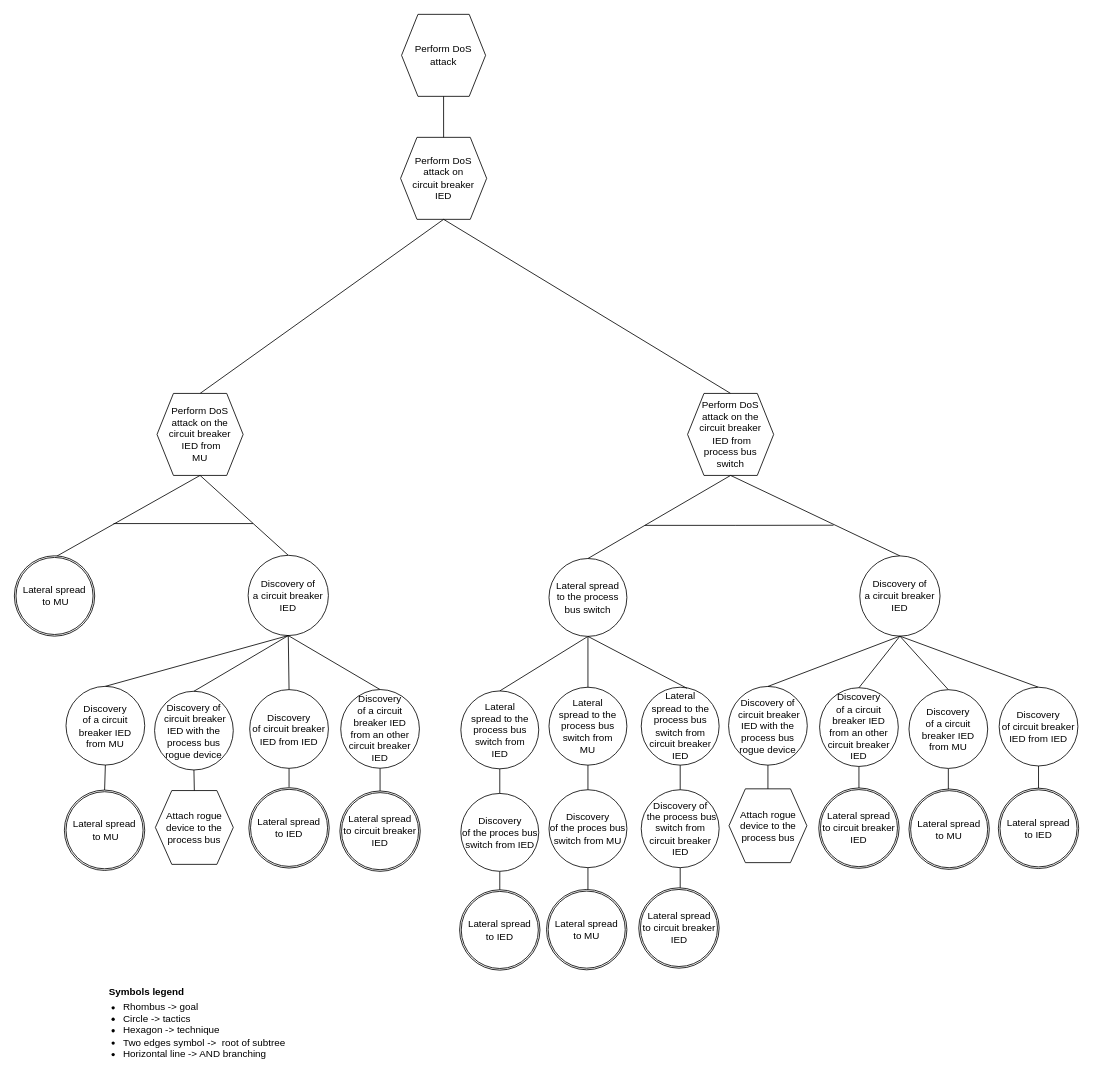
Before: drawIO_trees/solution_2_3_2.drawio in mihaelM/Attack_trees, a draw.io diagram. Source tidied: cells renumbered, new cells numbered last; positions are measured from the earlier drawing's top-left corner, leaving out a move shared by most shapes. Both pictures are drawn from the tidied source at 82%, with x=0, y=0 at pixel (14, 14).
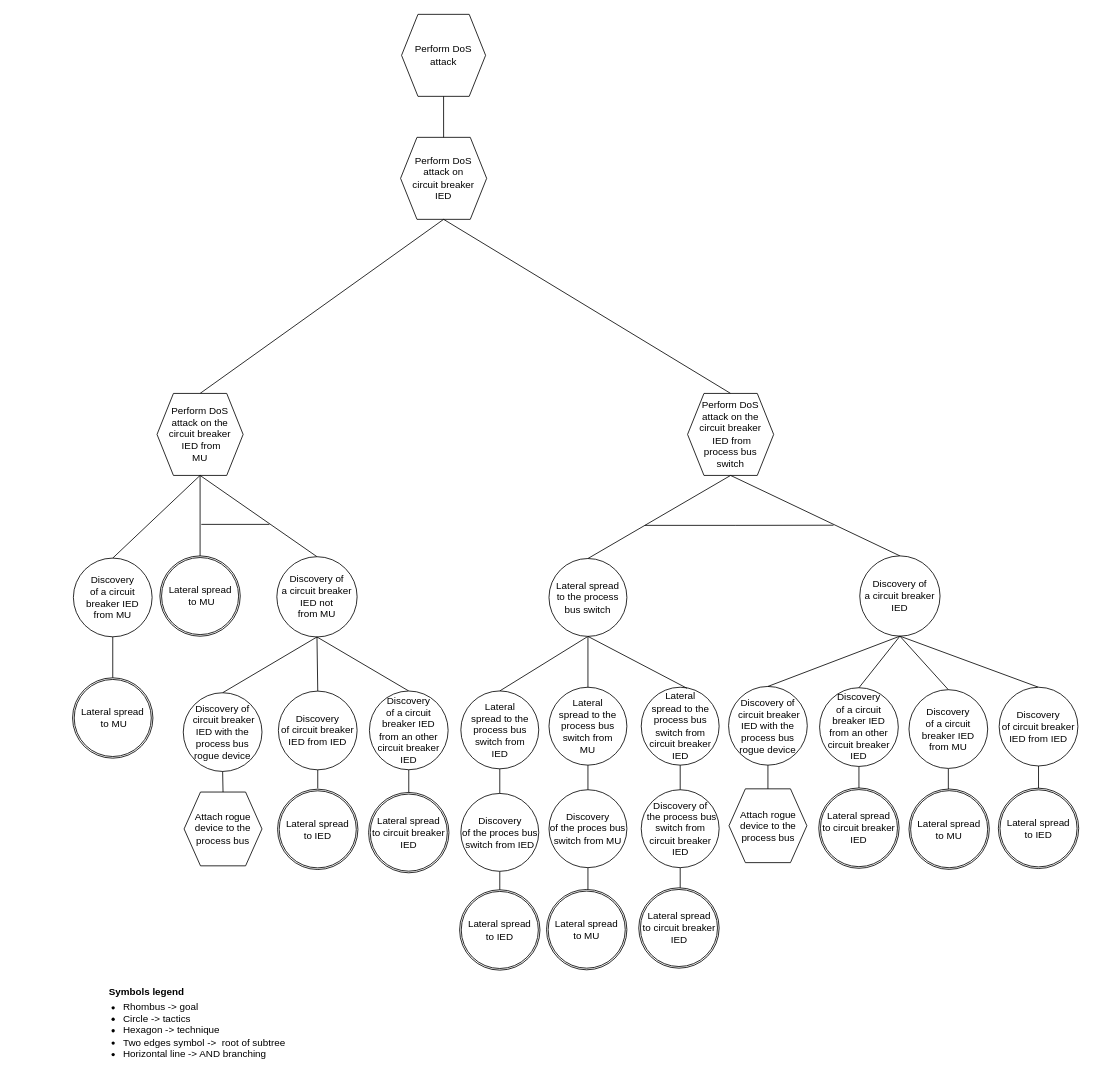
The same page after the edit.

The change refers to these unchanged cells:
```xml
<mxCell id="29" value="Perform DoS attack on the&lt;br&gt;circuit breaker&lt;br&gt;&amp;nbsp;IED from &lt;br&gt;MU" style="shape=hexagon;perimeter=hexagonPerimeter2;whiteSpace=wrap;html=1;fixedSize=1;size=20;" parent="1" vertex="1">
  <mxGeometry x="174" y="462.3" width="105" height="100" as="geometry" />
</mxCell>
```

Change to the diagram source:
```diff
@@
+    <mxCell id="76" style="endArrow=none;html=1;rounded=0;exitX=0.5;exitY=1;exitDx=0;exitDy=0;entryX=0.5;entryY=0;entryDx=0;entryDy=0;" parent="1" edge="1" source="77" target="79">
+      <mxGeometry relative="1" as="geometry" />
+    </mxCell>
+    <mxCell id="77" value="Discovery&lt;br&gt;of a circuit breaker IED &lt;br&gt;from MU" style="ellipse;whiteSpace=wrap;html=1;" parent="1" vertex="1">
+      <mxGeometry x="72" y="663.1" width="96" height="96" as="geometry" />
+    </mxCell>
+    <mxCell id="81" style="endArrow=none;html=1;rounded=0;entryX=0.5;entryY=1;entryDx=0;entryDy=0;exitX=0.5;exitY=0;exitDx=0;exitDy=0;" parent="1" edge="1" source="77" target="29">
+      <mxGeometry relative="1" as="geometry" />
+    </mxCell>
@@
     <mxCell id="32" value="Attach rogue device to the process bus" style="shape=hexagon;perimeter=hexagonPerimeter2;whiteSpace=wrap;html=1;fixedSize=1;" parent="1" vertex="1">
-      <mxGeometry x="172" y="946.6" width="95" height="90" as="geometry" />
+      <mxGeometry x="207" y="948.4" width="95" height="90" as="geometry" />
     </mxCell>
     <mxCell id="33" value="Discovery of&lt;br&gt;&amp;nbsp;circuit breaker &lt;br&gt;IED with the process bus rogue device" style="ellipse;whiteSpace=wrap;html=1;" parent="1" vertex="1">
-      <mxGeometry x="171" y="825.5" width="96" height="96" as="geometry" />
+      <mxGeometry x="206" y="827.3" width="96" height="96" as="geometry" />
     </mxCell>
@@
     <mxCell id="35" style="endArrow=none;html=1;rounded=0;" parent="1" edge="1">
       <mxGeometry relative="1" as="geometry">
-        <mxPoint x="121" y="621" as="sourcePoint" />
-        <mxPoint x="291" y="621" as="targetPoint" />
+        <mxPoint x="228" y="622" as="sourcePoint" />
+        <mxPoint x="311" y="622" as="targetPoint" />
       </mxGeometry>
     </mxCell>
-    <mxCell id="36" value="Discovery of&lt;br&gt;a circuit breaker IED" style="ellipse;whiteSpace=wrap;html=1;" parent="1" vertex="1">
-      <mxGeometry x="285.1" y="659.7" width="97.9" height="97.9" as="geometry" />
+    <mxCell id="36" value="Discovery of&lt;br&gt;a circuit breaker IED not &lt;br&gt;from MU" style="ellipse;whiteSpace=wrap;html=1;" parent="1" vertex="1">
+      <mxGeometry x="320.1" y="661.4" width="97.9" height="97.9" as="geometry" />
     </mxCell>
@@
     <mxCell id="38" style="endArrow=none;html=1;rounded=0;entryX=0.5;entryY=0;entryDx=0;entryDy=0;exitX=0.5;exitY=1;exitDx=0;exitDy=0;startArrow=none;" parent="1" edge="1" source="39">
       <mxGeometry relative="1" as="geometry">
-        <mxPoint x="335" y="942.2" as="targetPoint" />
+        <mxPoint x="370" y="944" as="targetPoint" />
       </mxGeometry>
     </mxCell>
     <mxCell id="39" value="Discovery&lt;br&gt;of circuit breaker IED from IED" style="ellipse;whiteSpace=wrap;html=1;" parent="1" vertex="1">
-      <mxGeometry x="287" y="823.5" width="96" height="96" as="geometry" />
+      <mxGeometry x="322" y="825.3" width="96" height="96" as="geometry" />
     </mxCell>
@@
     <mxCell id="43" value="Discovery&lt;br&gt;of a circuit breaker IED &lt;br&gt;from an other circuit breaker IED" style="ellipse;whiteSpace=wrap;html=1;" parent="1" vertex="1">
-      <mxGeometry x="398" y="823.4" width="96" height="96" as="geometry" />
+      <mxGeometry x="433" y="825.2" width="96" height="96" as="geometry" />
     </mxCell>
@@
+    <mxCell id="82" style="ellipse;whiteSpace=wrap;html=1;" parent="1" vertex="1">
+      <mxGeometry x="71" y="809.1" width="98" height="98" as="geometry" />
+    </mxCell>
+    <mxCell id="79" value="Lateral spread&lt;br&gt;&amp;nbsp;to MU" style="ellipse;whiteSpace=wrap;html=1;" parent="1" vertex="1">
+      <mxGeometry x="73" y="811.1" width="94" height="94" as="geometry" />
+    </mxCell>
     <mxCell id="58" style="ellipse;whiteSpace=wrap;html=1;" parent="1" vertex="1">
-      <mxGeometry y="660.3" width="98" height="98" as="geometry" />
+      <mxGeometry x="177.5" y="660.4" width="98" height="98" as="geometry" />
     </mxCell>
     <mxCell id="59" value="Lateral spread&lt;br&gt;&amp;nbsp;to MU" style="ellipse;whiteSpace=wrap;html=1;" parent="1" vertex="1">
-      <mxGeometry x="2" y="662.3" width="94" height="94" as="geometry" />
+      <mxGeometry x="179.5" y="662.4" width="94" height="94" as="geometry" />
     </mxCell>
     <mxCell id="60" style="ellipse;whiteSpace=wrap;html=1;" parent="1" vertex="1">
-      <mxGeometry x="286" y="943.1" width="98" height="98" as="geometry" />
+      <mxGeometry x="321" y="944.9" width="98" height="98" as="geometry" />
     </mxCell>
     <mxCell id="61" value="Lateral spread&lt;br&gt;to IED" style="ellipse;whiteSpace=wrap;html=1;" parent="1" vertex="1">
-      <mxGeometry x="288" y="945.1" width="94" height="94" as="geometry" />
+      <mxGeometry x="323" y="946.9" width="94" height="94" as="geometry" />
     </mxCell>
     <mxCell id="62" style="ellipse;whiteSpace=wrap;html=1;" parent="1" vertex="1">
-      <mxGeometry x="397" y="947.1" width="98" height="98" as="geometry" />
+      <mxGeometry x="432" y="948.9" width="98" height="98" as="geometry" />
     </mxCell>
     <mxCell id="63" value="Lateral spread&lt;br&gt;to circuit breaker IED" style="ellipse;whiteSpace=wrap;html=1;" parent="1" vertex="1">
-      <mxGeometry x="399" y="949.1" width="94" height="94" as="geometry" />
+      <mxGeometry x="434" y="950.9" width="94" height="94" as="geometry" />
     </mxCell>
@@
-    <mxCell id="76" style="endArrow=none;html=1;rounded=0;exitX=0.5;exitY=1;exitDx=0;exitDy=0;entryX=0.5;entryY=0;entryDx=0;entryDy=0;" parent="1" edge="1" source="77" target="79">
-      <mxGeometry relative="1" as="geometry" />
-    </mxCell>
-    <mxCell id="77" value="Discovery&lt;br&gt;of a circuit breaker IED &lt;br&gt;from MU" style="ellipse;whiteSpace=wrap;html=1;" parent="1" vertex="1">
-      <mxGeometry x="63" y="819.5" width="96" height="96" as="geometry" />
-    </mxCell>
-    <mxCell id="78" style="ellipse;whiteSpace=wrap;html=1;" parent="1" vertex="1">
-      <mxGeometry x="61" y="946" width="98" height="98" as="geometry" />
-    </mxCell>
-    <mxCell id="79" value="Lateral spread&lt;br&gt;&amp;nbsp;to MU" style="ellipse;whiteSpace=wrap;html=1;" parent="1" vertex="1">
-      <mxGeometry x="63" y="948" width="94" height="94" as="geometry" />
-    </mxCell>
-    <mxCell id="80" style="endArrow=none;html=1;rounded=0;exitX=0.5;exitY=0;exitDx=0;exitDy=0;entryX=0.5;entryY=1;entryDx=0;entryDy=0;" parent="1" edge="1" source="77" target="36">
-      <mxGeometry relative="1" as="geometry" />
-    </mxCell>
```
